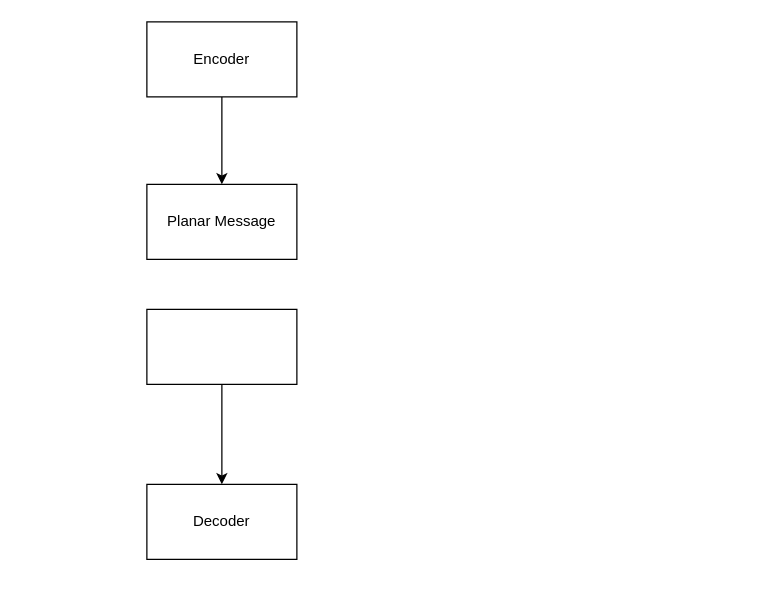
voetberg/XNuGraph keeps this draw.io diagram as xnugraph.drawio. Above is the earlier version. Source tidied: cells renumbered, new cells numbered last; positions are measured from the earlier drawing's top-left corner, leaving out a move shared by most shapes. Both pictures are drawn from the tidied source at 125%, with x=0, y=0 at pixel (146, 21).
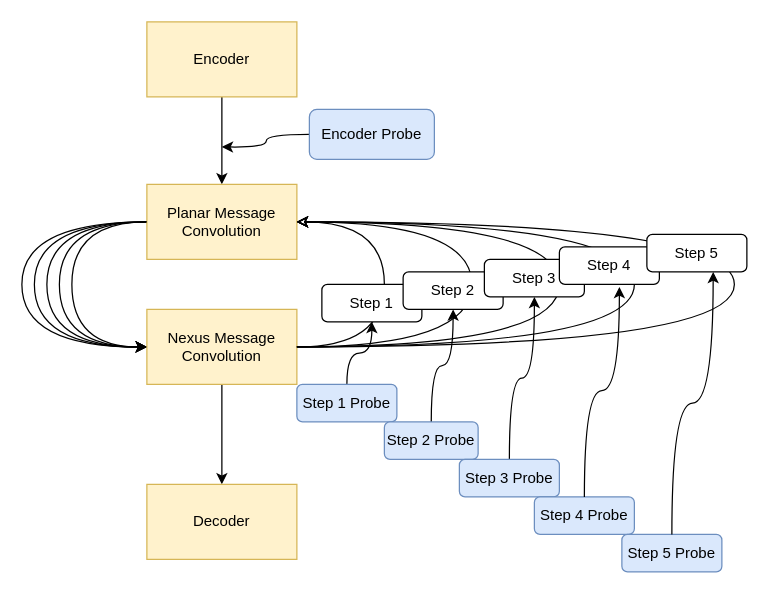
Above is the later version.

What changed in the source:
```diff
@@
-    <mxCell id="3" value="Encoder" style="rounded=0;whiteSpace=wrap;html=1;" parent="1" vertex="1">
+    <mxCell id="3" value="Encoder" style="rounded=0;whiteSpace=wrap;html=1;fillColor=#fff2cc;strokeColor=#d6b656;" parent="1" vertex="1">
       <mxGeometry width="120" height="60" as="geometry" />
     </mxCell>
+    <mxCell id="8" style="edgeStyle=orthogonalEdgeStyle;curved=1;rounded=0;jettySize=auto;html=1;exitX=0;exitY=0.5;exitDx=0;exitDy=0;entryX=0;entryY=0.5;entryDx=0;entryDy=0;" parent="1" edge="1" source="4" target="6">
+      <mxGeometry relative="1" as="geometry">
+        <Array as="points">
+          <mxPoint x="-60" y="160" />
+          <mxPoint x="-60" y="260" />
+        </Array>
+      </mxGeometry>
+    </mxCell>
+    <mxCell id="9" style="edgeStyle=orthogonalEdgeStyle;curved=1;rounded=0;jettySize=auto;html=1;exitX=0;exitY=0.5;exitDx=0;exitDy=0;" parent="1" edge="1" source="4">
+      <mxGeometry relative="1" as="geometry">
+        <mxPoint y="260" as="targetPoint" />
+        <Array as="points">
+          <mxPoint x="-70" y="160" />
+          <mxPoint x="-70" y="260" />
+          <mxPoint y="260" />
+        </Array>
+      </mxGeometry>
+    </mxCell>
+    <mxCell id="10" style="edgeStyle=orthogonalEdgeStyle;curved=1;rounded=0;jettySize=auto;html=1;entryX=0;entryY=0.5;entryDx=0;entryDy=0;exitX=0;exitY=0.5;exitDx=0;exitDy=0;" parent="1" edge="1" source="4" target="6">
+      <mxGeometry relative="1" as="geometry">
+        <Array as="points">
+          <mxPoint x="-90" y="160" />
+          <mxPoint x="-90" y="260" />
+        </Array>
+      </mxGeometry>
+    </mxCell>
+    <mxCell id="11" style="edgeStyle=orthogonalEdgeStyle;curved=1;rounded=0;jettySize=auto;html=1;entryX=0;entryY=0.5;entryDx=0;entryDy=0;exitX=0;exitY=0.5;exitDx=0;exitDy=0;" parent="1" edge="1" source="4" target="6">
+      <mxGeometry relative="1" as="geometry">
+        <Array as="points">
+          <mxPoint x="-100" y="160" />
+          <mxPoint x="-100" y="260" />
+        </Array>
+      </mxGeometry>
+    </mxCell>
-    <mxCell id="4" value="Planar Message" style="rounded=0;whiteSpace=wrap;html=1;" parent="1" vertex="1">
+    <mxCell id="4" value="Planar Message Convolution " style="rounded=0;whiteSpace=wrap;html=1;fillColor=#fff2cc;strokeColor=#d6b656;" parent="1" vertex="1">
       <mxGeometry y="130" width="120" height="60" as="geometry" />
     </mxCell>
@@
-    <mxCell id="6" style="rounded=0;whiteSpace=wrap;html=1;" parent="1" vertex="1">
+    <mxCell id="6" value="Nexus Message Convolution" style="rounded=0;whiteSpace=wrap;html=1;fillColor=#fff2cc;strokeColor=#d6b656;" parent="1" vertex="1">
       <mxGeometry y="230" width="120" height="60" as="geometry" />
     </mxCell>
-    <mxCell id="7" value="Decoder" style="rounded=0;whiteSpace=wrap;html=1;" parent="1" vertex="1">
+    <mxCell id="7" value="Decoder" style="rounded=0;whiteSpace=wrap;html=1;fillColor=#fff2cc;strokeColor=#d6b656;" parent="1" vertex="1">
       <mxGeometry y="370" width="120" height="60" as="geometry" />
     </mxCell>
+    <mxCell id="12" style="edgeStyle=orthogonalEdgeStyle;curved=1;rounded=0;jettySize=auto;html=1;entryX=0;entryY=0.5;entryDx=0;entryDy=0;exitX=0;exitY=0.5;exitDx=0;exitDy=0;" parent="1" edge="1" source="4" target="6">
+      <mxGeometry relative="1" as="geometry">
+        <Array as="points">
+          <mxPoint x="-80" y="160" />
+          <mxPoint x="-80" y="260" />
+        </Array>
+      </mxGeometry>
+    </mxCell>
+    <mxCell id="13" style="edgeStyle=orthogonalEdgeStyle;curved=1;rounded=0;jettySize=auto;html=1;exitX=1;exitY=0.5;exitDx=0;exitDy=0;startArrow=classic;startFill=0;endArrow=none;" parent="1" edge="1" source="4">
+      <mxGeometry relative="1" as="geometry">
+        <mxPoint x="120" y="260" as="targetPoint" />
+        <Array as="points">
+          <mxPoint x="470" y="160" />
+          <mxPoint x="470" y="260" />
+        </Array>
+      </mxGeometry>
+    </mxCell>
+    <mxCell id="14" style="edgeStyle=orthogonalEdgeStyle;curved=1;rounded=0;jettySize=auto;html=1;exitX=1;exitY=0.5;exitDx=0;exitDy=0;startArrow=classic;startFill=0;endArrow=none;" parent="1" edge="1" source="4">
+      <mxGeometry relative="1" as="geometry">
+        <mxPoint x="120" y="260" as="targetPoint" />
+        <Array as="points">
+          <mxPoint x="330" y="160" />
+          <mxPoint x="330" y="260" />
+        </Array>
+      </mxGeometry>
+    </mxCell>
+    <mxCell id="15" style="edgeStyle=orthogonalEdgeStyle;curved=1;rounded=0;orthogonalLoop=1;jettySize=auto;html=1;startArrow=classic;startFill=0;endArrow=none;" parent="1" edge="1">
+      <mxGeometry relative="1" as="geometry">
+        <mxPoint x="120" y="160" as="sourcePoint" />
+        <mxPoint x="120" y="260" as="targetPoint" />
+        <Array as="points">
+          <mxPoint x="190" y="160" />
+          <mxPoint x="190" y="260" />
+        </Array>
+      </mxGeometry>
+    </mxCell>
+    <mxCell id="16" style="edgeStyle=orthogonalEdgeStyle;curved=1;rounded=0;jettySize=auto;html=1;exitX=1;exitY=0.5;exitDx=0;exitDy=0;startArrow=classic;startFill=0;endArrow=none;" parent="1" edge="1" source="4" target="6">
+      <mxGeometry relative="1" as="geometry">
+        <Array as="points">
+          <mxPoint x="390" y="160" />
+          <mxPoint x="390" y="260" />
+        </Array>
+      </mxGeometry>
+    </mxCell>
+    <mxCell id="17" style="edgeStyle=orthogonalEdgeStyle;curved=1;rounded=0;jettySize=auto;html=1;exitX=1;exitY=0.5;exitDx=0;exitDy=0;startArrow=classic;startFill=0;endArrow=none;" parent="1" edge="1" source="4">
+      <mxGeometry relative="1" as="geometry">
+        <mxPoint x="120" y="260" as="targetPoint" />
+        <Array as="points">
+          <mxPoint x="260" y="160" />
+          <mxPoint x="260" y="260" />
+        </Array>
+      </mxGeometry>
+    </mxCell>
+    <mxCell id="18" style="edgeStyle=orthogonalEdgeStyle;curved=1;rounded=0;jettySize=auto;html=1;" parent="1" edge="1" source="19">
+      <mxGeometry relative="1" as="geometry">
+        <mxPoint x="60" y="100" as="targetPoint" />
+      </mxGeometry>
+    </mxCell>
+    <mxCell id="19" value="Encoder Probe" style="rounded=1;whiteSpace=wrap;html=1;fillColor=#dae8fc;strokeColor=#6c8ebf;" parent="1" vertex="1">
+      <mxGeometry x="130" y="70" width="100" height="40" as="geometry" />
+    </mxCell>
+    <mxCell id="20" value="Step 1" style="rounded=1;whiteSpace=wrap;html=1;" parent="1" vertex="1">
+      <mxGeometry x="140" y="210" width="80" height="30" as="geometry" />
+    </mxCell>
+    <mxCell id="21" value="Step 2" style="rounded=1;whiteSpace=wrap;html=1;" parent="1" vertex="1">
+      <mxGeometry x="205" y="200" width="80" height="30" as="geometry" />
+    </mxCell>
+    <mxCell id="22" value="Step 3" style="rounded=1;whiteSpace=wrap;html=1;" parent="1" vertex="1">
+      <mxGeometry x="270" y="190" width="80" height="30" as="geometry" />
+    </mxCell>
+    <mxCell id="23" value="Step 4" style="rounded=1;whiteSpace=wrap;html=1;" parent="1" vertex="1">
+      <mxGeometry x="330" y="180" width="80" height="30" as="geometry" />
+    </mxCell>
+    <mxCell id="24" value="Step 5" style="rounded=1;whiteSpace=wrap;html=1;" parent="1" vertex="1">
+      <mxGeometry x="400" y="170" width="80" height="30" as="geometry" />
+    </mxCell>
+    <mxCell id="25" style="edgeStyle=orthogonalEdgeStyle;curved=1;rounded=0;jettySize=auto;html=1;entryX=0.5;entryY=1;entryDx=0;entryDy=0;" parent="1" edge="1" source="26" target="20">
+      <mxGeometry relative="1" as="geometry" />
+    </mxCell>
+    <mxCell id="26" value="Step 1 Probe" style="rounded=1;whiteSpace=wrap;html=1;fillColor=#dae8fc;strokeColor=#6c8ebf;" parent="1" vertex="1">
+      <mxGeometry x="120" y="290" width="80" height="30" as="geometry" />
+    </mxCell>
+    <mxCell id="27" style="edgeStyle=orthogonalEdgeStyle;curved=1;rounded=0;jettySize=auto;html=1;entryX=0.5;entryY=1;entryDx=0;entryDy=0;" parent="1" edge="1" source="28" target="21">
+      <mxGeometry relative="1" as="geometry" />
+    </mxCell>
+    <mxCell id="28" value="Step 2 Probe" style="rounded=1;whiteSpace=wrap;html=1;fillColor=#dae8fc;strokeColor=#6c8ebf;" parent="1" vertex="1">
+      <mxGeometry x="190" y="320" width="75" height="30" as="geometry" />
+    </mxCell>
+    <mxCell id="29" style="edgeStyle=orthogonalEdgeStyle;curved=1;rounded=0;jettySize=auto;html=1;entryX=0.5;entryY=1;entryDx=0;entryDy=0;" parent="1" edge="1" source="30" target="22">
+      <mxGeometry relative="1" as="geometry" />
+    </mxCell>
+    <mxCell id="30" value="Step 3 Probe" style="rounded=1;whiteSpace=wrap;html=1;fillColor=#dae8fc;strokeColor=#6c8ebf;" parent="1" vertex="1">
+      <mxGeometry x="250" y="350" width="80" height="30" as="geometry" />
+    </mxCell>
+    <mxCell id="31" value="Step 4 Probe" style="rounded=1;whiteSpace=wrap;html=1;fillColor=#dae8fc;strokeColor=#6c8ebf;" parent="1" vertex="1">
+      <mxGeometry x="310" y="380" width="80" height="30" as="geometry" />
+    </mxCell>
+    <mxCell id="32" value="Step 5 Probe" style="rounded=1;whiteSpace=wrap;html=1;fillColor=#dae8fc;strokeColor=#6c8ebf;" parent="1" vertex="1">
+      <mxGeometry x="380" y="410" width="80" height="30" as="geometry" />
+    </mxCell>
+    <mxCell id="33" style="edgeStyle=orthogonalEdgeStyle;curved=1;rounded=0;jettySize=auto;html=1;entryX=0.6;entryY=1.067;entryDx=0;entryDy=0;entryPerimeter=0;" parent="1" edge="1" source="31" target="23">
+      <mxGeometry relative="1" as="geometry" />
+    </mxCell>
+    <mxCell id="34" style="edgeStyle=orthogonalEdgeStyle;curved=1;rounded=0;jettySize=auto;html=1;entryX=0.663;entryY=1;entryDx=0;entryDy=0;entryPerimeter=0;" parent="1" edge="1" source="32" target="24">
+      <mxGeometry relative="1" as="geometry" />
+    </mxCell>
```
